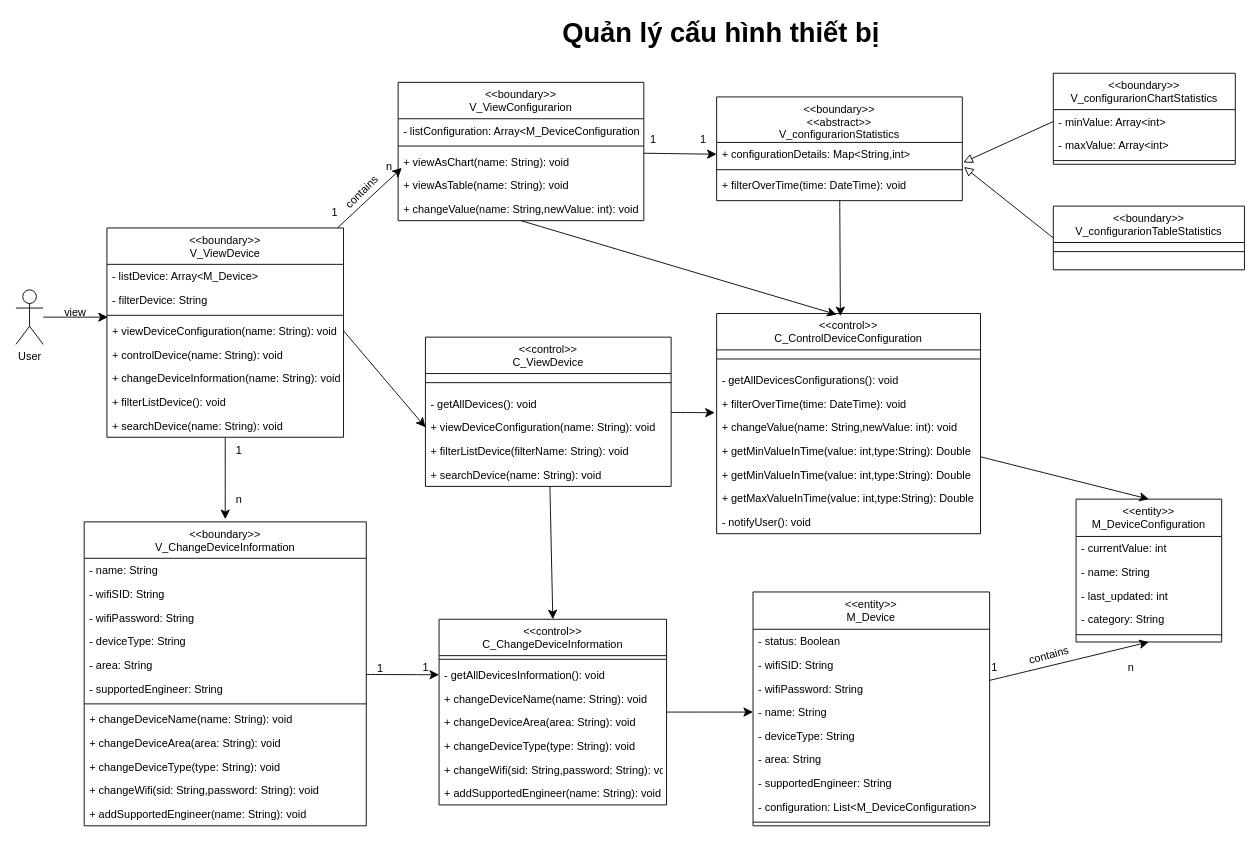
This is Class diagram/device_configuration_management_class.drawio from cuongceg/BTL-IT3120, a draw.io file, before an edit. Source tidied: cells renumbered, new cells numbered last; positions are measured from the earlier drawing's top-left corner, leaving out a move shared by most shapes. Both pictures are drawn from the tidied source at 91%, with x=0, y=0 at pixel (15, 18).
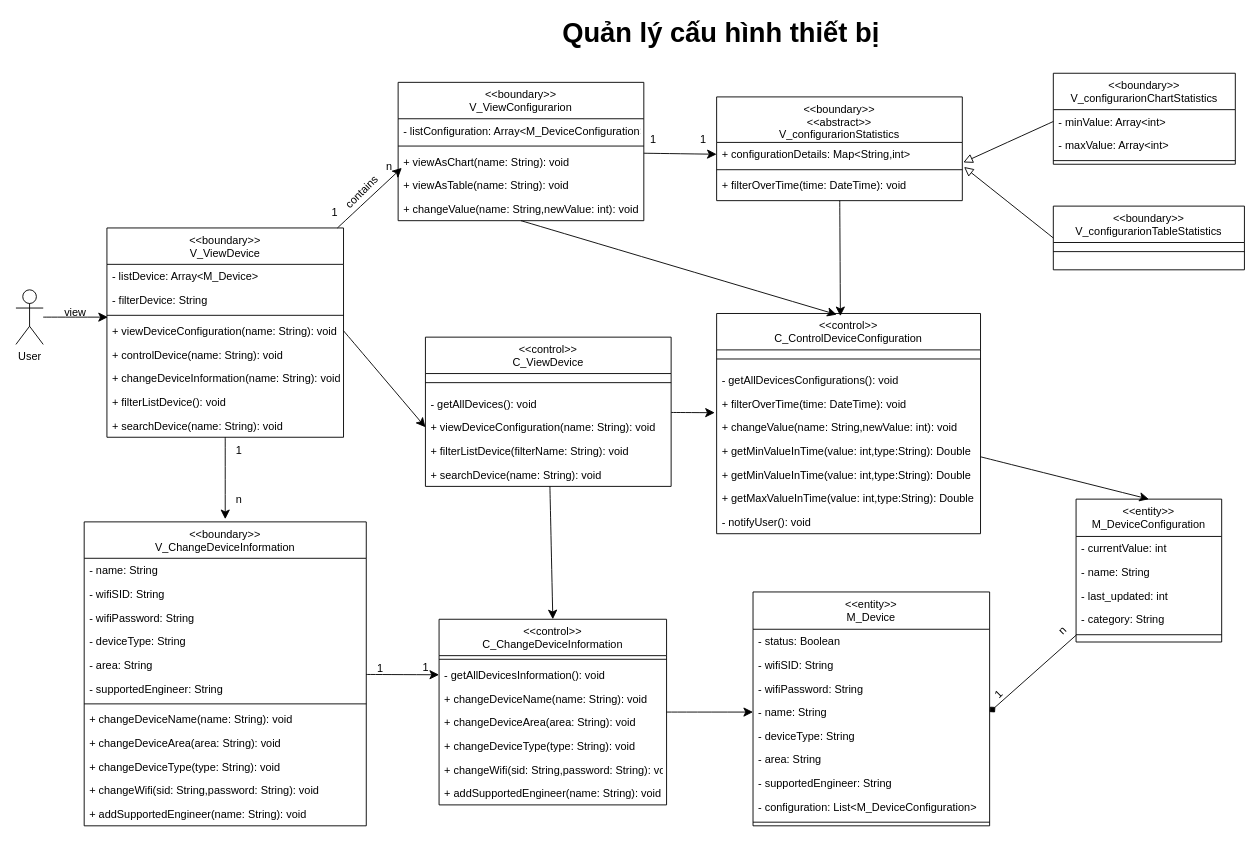
Above is the later version.

Commit message:
fix: add compostion relation

Unchanged cells that the change refers to:
```xml
<mxCell id="10" value="&lt;&lt;entity&gt;&gt;&#10;M_DeviceConfiguration" style="swimlane;fontStyle=0;align=center;verticalAlign=top;horizontal=1;startSize=41;rounded=0;shadow=0;strokeWidth=1;" parent="1" vertex="1">
  <mxGeometry x="1165" y="528" width="160" height="157" as="geometry" />
</mxCell>
<mxCell id="28" value="&lt;&lt;entity&gt;&gt;&#10;M_Device" style="swimlane;fontStyle=0;align=center;verticalAlign=top;horizontal=1;startSize=41;rounded=0;shadow=0;strokeWidth=1;" parent="1" vertex="1">
  <mxGeometry x="810" y="630" width="260" height="257" as="geometry" />
</mxCell>
<mxCell id="32" value="- name: String" style="text;align=left;verticalAlign=top;spacingLeft=4;spacingRight=4;overflow=hidden;points=[[0,0.5],[1,0.5]];portConstraint=eastwest;rounded=0;shadow=0;html=0;" parent="28" vertex="1">
  <mxGeometry y="119" width="260" height="26" as="geometry" />
</mxCell>
```

What changed in the source:
```diff
@@
+    <mxCell id="109" style="rounded=0;jettySize=auto;html=1;entryX=1;entryY=0.5;entryDx=0;entryDy=0;endArrow=diamond;endFill=1;" parent="1" edge="1" source="10" target="32">
+      <mxGeometry relative="1" as="geometry" />
+    </mxCell>
@@
-    <mxCell id="27" style="edgeStyle=none;curved=1;rounded=0;jettySize=auto;html=1;entryX=0.5;entryY=1;entryDx=0;entryDy=0;fontSize=12;startSize=8;endSize=8;" parent="1" edge="1" source="28" target="10">
-      <mxGeometry relative="1" as="geometry" />
-    </mxCell>
@@
-    <mxCell id="106" value="contains" style="text;html=1;align=center;verticalAlign=middle;strokeColor=none;fillColor=none;rotation=-15;" parent="1" vertex="1">
-      <mxGeometry x="1100" y="685" width="70" height="30" as="geometry" />
-    </mxCell>
+    <mxCell id="108" value="n" style="text;html=1;align=center;verticalAlign=middle;strokeColor=none;fillColor=none;rotation=-45;" parent="1" vertex="1">
+      <mxGeometry x="1135" y="658" width="30" height="30" as="geometry" />
+    </mxCell>
-    <mxCell id="107" value="1" style="text;html=1;align=center;verticalAlign=middle;strokeColor=none;fillColor=none;" parent="1" vertex="1">
-      <mxGeometry x="1060" y="698" width="30" height="30" as="geometry" />
+    <mxCell id="107" value="1" style="text;html=1;align=center;verticalAlign=middle;strokeColor=none;fillColor=none;rotation=-45;" parent="1" vertex="1">
+      <mxGeometry x="1065" y="728" width="30" height="30" as="geometry" />
     </mxCell>
-    <mxCell id="108" value="n" style="text;html=1;align=center;verticalAlign=middle;strokeColor=none;fillColor=none;" parent="1" vertex="1">
-      <mxGeometry x="1210" y="698" width="30" height="30" as="geometry" />
-    </mxCell>
```
